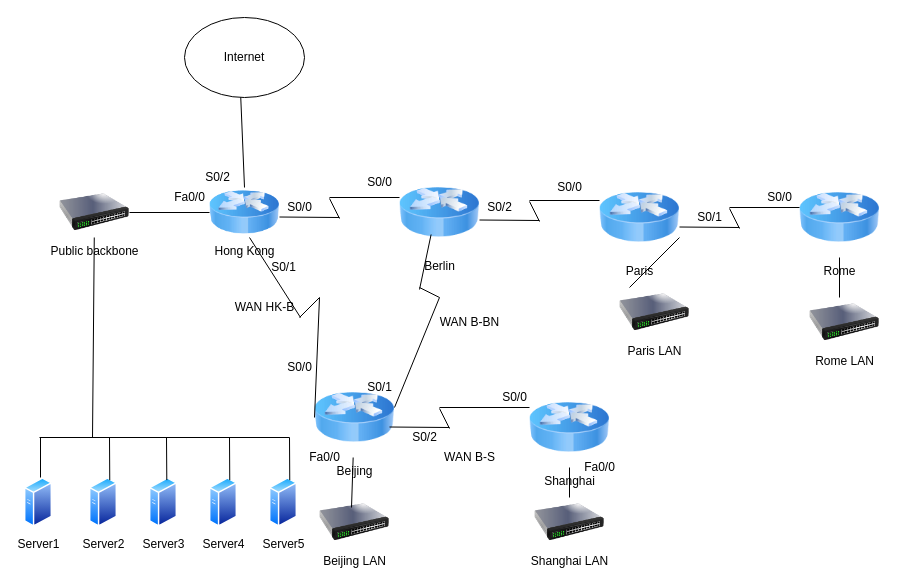
Earlier version of the draw.io diagram CP5631-Pra1-Diagram.drawio (UncleSamJC/JCUStuFirstCSharp). Source tidied: cells renumbered, new cells numbered last; positions are measured from the earlier drawing's top-left corner, leaving out a move shared by most shapes. Both pictures are drawn from the tidied source at 100%, with x=0, y=0 at pixel (24, 17).
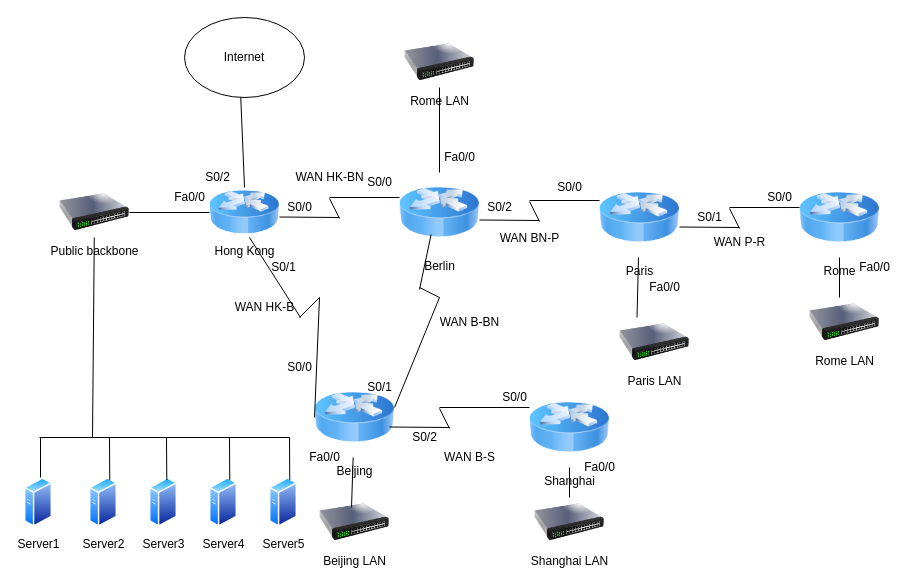
After the change.

The change refers to these unchanged cells:
```xml
<mxCell id="3" value="Berlin" style="image;html=1;image=img/lib/clip_art/networking/Router_Icon_128x128.png;" parent="1" vertex="1">
  <mxGeometry x="375" y="155" width="80" height="80" as="geometry" />
</mxCell>
<mxCell id="7" value="Paris" style="image;html=1;image=img/lib/clip_art/networking/Router_Icon_128x128.png;" parent="1" vertex="1">
  <mxGeometry x="575" y="160" width="80" height="80" as="geometry" />
</mxCell>
```

Diff of the diagram source:
```diff
@@
     <mxCell id="10" value="Paris LAN" style="image;html=1;image=img/lib/clip_art/networking/Switch_128x128.png;" parent="1" vertex="1">
-      <mxGeometry x="595" y="270" width="70" height="50" as="geometry" />
+      <mxGeometry x="595" y="300" width="70" height="50" as="geometry" />
     </mxCell>
@@
-    <mxCell id="71" style="endArrow=none;html=1;" parent="1" edge="1">
-      <mxGeometry relative="1" as="geometry">
-        <mxPoint x="605" y="270" as="sourcePoint" />
-        <mxPoint x="655" y="220" as="targetPoint" />
-      </mxGeometry>
+    <mxCell id="71" style="endArrow=none;html=1;exitX=0.25;exitY=0;exitDx=0;exitDy=0;" parent="1" edge="1" source="10" target="7">
+      <mxGeometry relative="1" as="geometry" />
     </mxCell>
+    <mxCell id="72" value="Fa0/0" style="text;html=1;align=center;verticalAlign=middle;" parent="1" vertex="1">
+      <mxGeometry x="825" y="240" width="50" height="20" as="geometry" />
+    </mxCell>
+    <mxCell id="73" value="WAN P-R" style="text;html=1;align=center;verticalAlign=middle;" parent="1" vertex="1">
+      <mxGeometry x="680" y="215" width="70" height="20" as="geometry" />
+    </mxCell>
+    <mxCell id="74" value="WAN BN-P" style="text;html=1;align=center;verticalAlign=middle;" parent="1" vertex="1">
+      <mxGeometry x="465" y="211" width="80" height="20" as="geometry" />
+    </mxCell>
+    <mxCell id="75" value="WAN HK-BN" style="text;html=1;align=center;verticalAlign=middle;" parent="1" vertex="1">
+      <mxGeometry x="265" y="150" width="80" height="20" as="geometry" />
+    </mxCell>
+    <mxCell id="76" value="Rome LAN" style="image;html=1;image=img/lib/clip_art/networking/Switch_128x128.png;" parent="1" vertex="1">
+      <mxGeometry x="380" y="20" width="70" height="50" as="geometry" />
+    </mxCell>
+    <mxCell id="77" style="endArrow=none;html=1;exitX=0.5;exitY=0;exitDx=0;exitDy=0;" parent="1" edge="1" source="3" target="76">
+      <mxGeometry relative="1" as="geometry" />
+    </mxCell>
+    <mxCell id="78" value="Fa0/0" style="text;html=1;align=center;verticalAlign=middle;" parent="1" vertex="1">
+      <mxGeometry x="410" y="130" width="50" height="20" as="geometry" />
+    </mxCell>
+    <mxCell id="79" value="Fa0/0" style="text;html=1;align=center;verticalAlign=middle;" parent="1" vertex="1">
+      <mxGeometry x="615" y="260" width="50" height="20" as="geometry" />
+    </mxCell>
```
